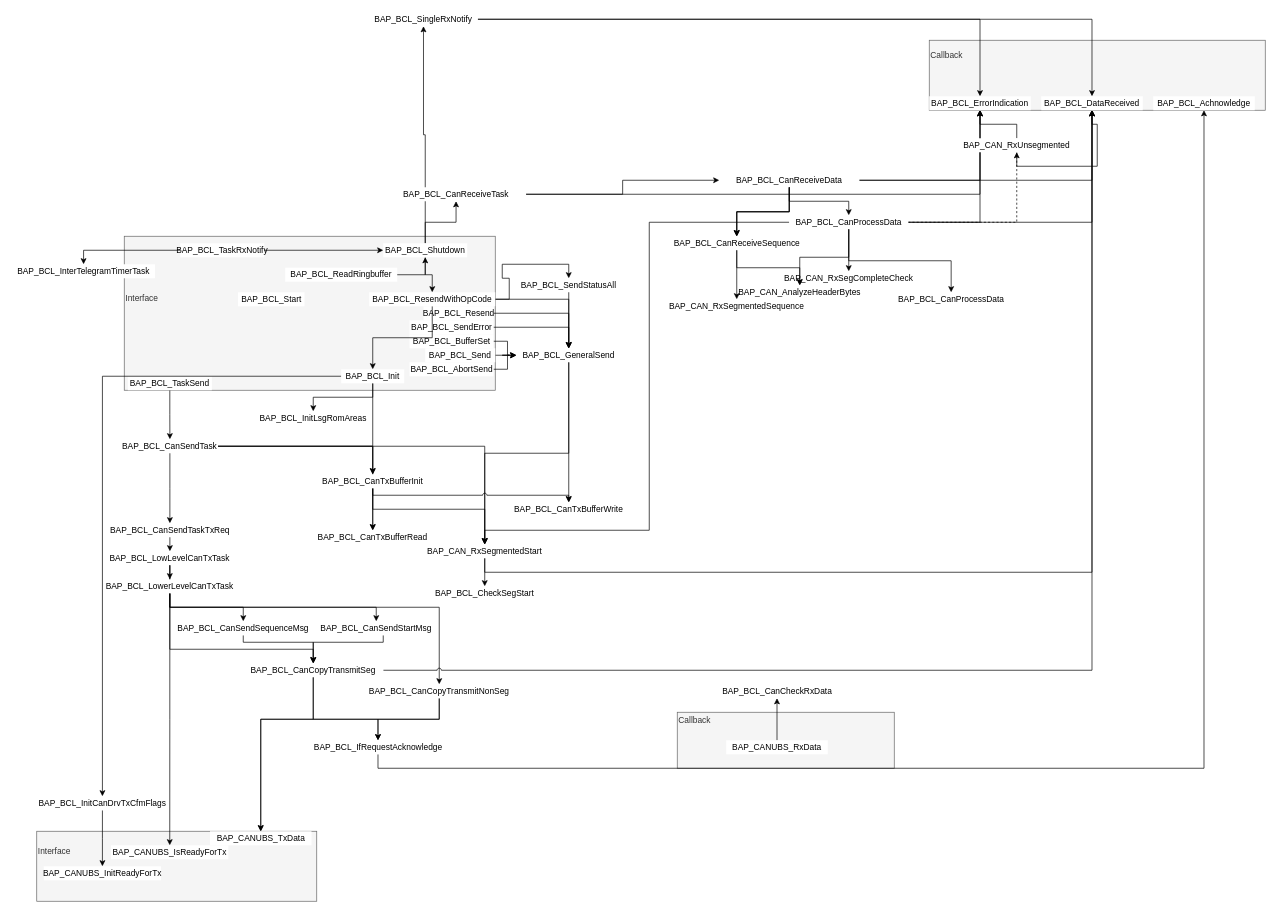
This is Untitled Diagram.drawio from danielroehrborn/flow-design-cheatsheet, a draw.io file, before an edit. Source tidied: cells renumbered, new cells numbered last; positions are measured from the earlier drawing's top-left corner, leaving out a move shared by most shapes. Both pictures are drawn from the tidied source at 70%, with x=0, y=0 at pixel (12, 12).
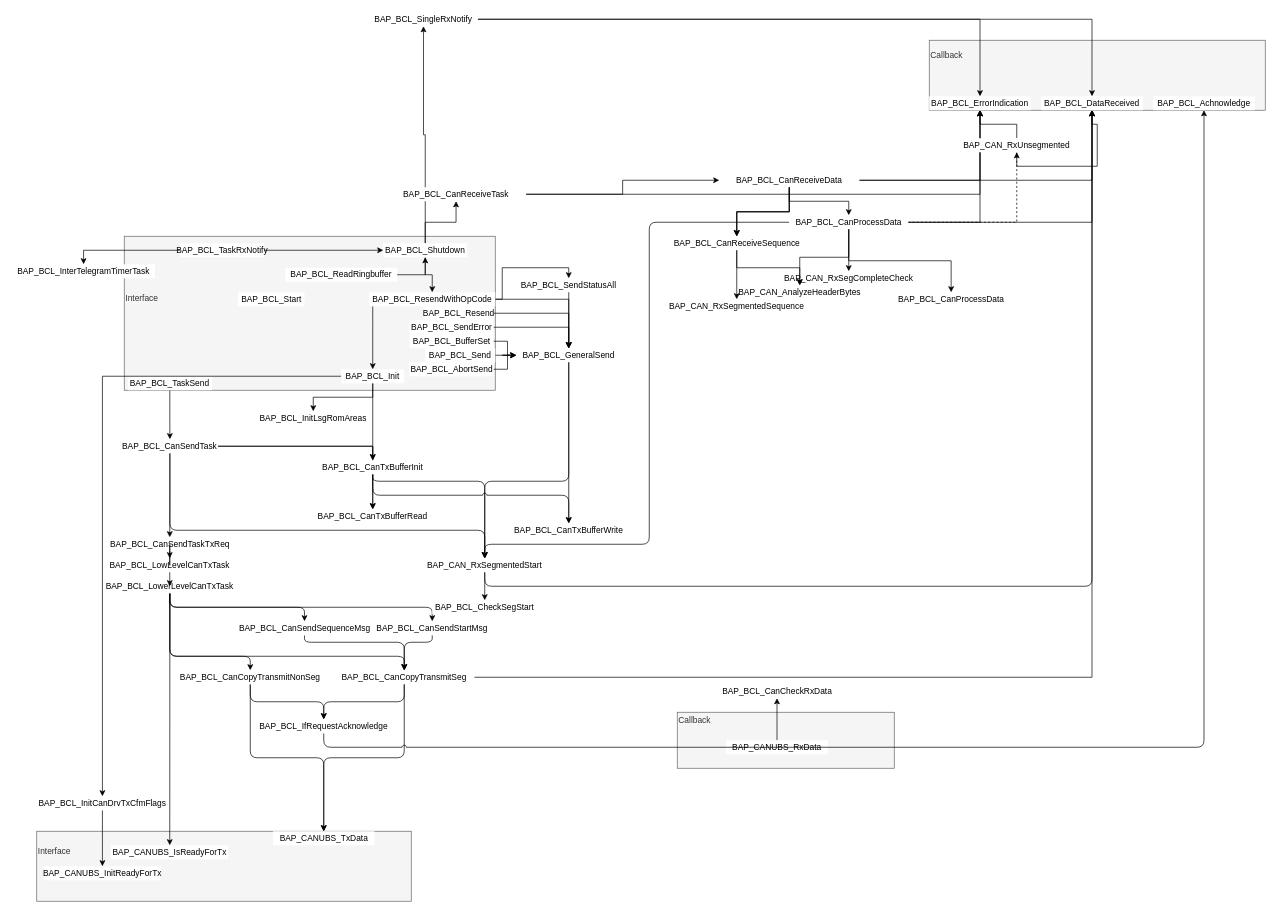
The same page after the edit.

Unchanged cells that the change refers to:
```xml
<mxCell id="6" value="BAP_BCL_DataReceived" style="rounded=0;whiteSpace=wrap;html=1;strokeColor=none;" parent="3" vertex="1">
  <mxGeometry x="160" y="80" width="145" height="20" as="geometry" />
</mxCell>
<mxCell id="7" value="BAP_BCL_Achnowledge" style="rounded=0;whiteSpace=wrap;html=1;strokeColor=none;" parent="3" vertex="1">
  <mxGeometry x="320" y="80" width="145" height="20" as="geometry" />
</mxCell>
<mxCell id="29" value="BAP_BCL_Init" style="rounded=0;whiteSpace=wrap;html=1;strokeColor=none;" parent="1" vertex="1">
  <mxGeometry x="470" y="510" width="90" height="20" as="geometry" />
</mxCell>
<mxCell id="67" value="BAP_BCL_ResendWithOpCode" style="rounded=0;whiteSpace=wrap;html=1;strokeColor=none;" parent="1" vertex="1">
  <mxGeometry x="510" y="400" width="180" height="20" as="geometry" />
</mxCell>
<mxCell id="71" value="BAP_BCL_GeneralSend" style="rounded=0;whiteSpace=wrap;html=1;strokeColor=none;" parent="1" vertex="1">
  <mxGeometry x="720" y="480" width="150" height="20" as="geometry" />
</mxCell>
<mxCell id="72" value="BAP_BCL_SendStatusAll" style="rounded=0;whiteSpace=wrap;html=1;strokeColor=none;" parent="1" vertex="1">
  <mxGeometry x="720" y="380" width="150" height="20" as="geometry" />
</mxCell>
<mxCell id="88" value="BAP_BCL_CanProcessData" style="rounded=0;whiteSpace=wrap;html=1;strokeColor=none;" parent="1" vertex="1">
  <mxGeometry x="1110" y="290" width="170" height="20" as="geometry" />
</mxCell>
<mxCell id="106" value="BAP_BCL_CanSendTask" style="rounded=0;whiteSpace=wrap;html=1;strokeColor=none;" parent="1" vertex="1">
  <mxGeometry x="156.4" y="610" width="137.5" height="20" as="geometry" />
</mxCell>
<mxCell id="109" value="BAP_BCL_LowerLevelCanTxTask" style="rounded=0;whiteSpace=wrap;html=1;strokeColor=none;" parent="1" vertex="1">
  <mxGeometry x="138.2" y="810" width="173.8" height="20" as="geometry" />
</mxCell>
```

The edit, as a diff of the source:
```diff
@@
     <mxCell id="2" value="Interface&lt;br&gt;&lt;br&gt;&lt;br&gt;&lt;br&gt;" style="rounded=0;whiteSpace=wrap;html=1;align=left;fillColor=#f5f5f5;strokeColor=#666666;fontColor=#333333;" parent="1" vertex="1">
-      <mxGeometry x="35" y="1170" width="400" height="100" as="geometry" />
+      <mxGeometry x="35" y="1170" width="535" height="100" as="geometry" />
     </mxCell>
@@
     <mxCell id="25" style="edgeStyle=orthogonalEdgeStyle;rounded=0;jettySize=auto;html=1;entryX=0.5;entryY=0;entryDx=0;entryDy=0;" parent="1" edge="1" source="67" target="72">
-      <mxGeometry relative="1" as="geometry" />
+      <mxGeometry relative="1" as="geometry">
+        <Array as="points">
+          <mxPoint x="700" y="410" />
+          <mxPoint x="700" y="365" />
+          <mxPoint x="795" y="365" />
+        </Array>
+      </mxGeometry>
     </mxCell>
@@
     <mxCell id="31" style="edgeStyle=orthogonalEdgeStyle;rounded=0;jettySize=auto;html=1;entryX=0.5;entryY=0;entryDx=0;entryDy=0;" parent="1" edge="1" source="67" target="29">
-      <mxGeometry relative="1" as="geometry" />
+      <mxGeometry relative="1" as="geometry">
+        <Array as="points">
+          <mxPoint x="515" y="450" />
+          <mxPoint x="515" y="450" />
+        </Array>
+      </mxGeometry>
     </mxCell>
@@
-    <mxCell id="38" style="edgeStyle=orthogonalEdgeStyle;rounded=0;jettySize=auto;html=1;entryX=0.5;entryY=0;entryDx=0;entryDy=0;" parent="1" edge="1" source="109" target="113">
-      <mxGeometry relative="1" as="geometry" />
+    <mxCell id="38" style="edgeStyle=orthogonalEdgeStyle;rounded=1;jettySize=auto;html=1;entryX=0.5;entryY=0;entryDx=0;entryDy=0;" parent="1" edge="1" source="109" target="113">
+      <mxGeometry relative="1" as="geometry">
+        <Array as="points">
+          <mxPoint x="225" y="850" />
+          <mxPoint x="418" y="850" />
+        </Array>
+      </mxGeometry>
     </mxCell>
-    <mxCell id="39" style="edgeStyle=orthogonalEdgeStyle;rounded=0;jettySize=auto;html=1;entryX=0.5;entryY=0;entryDx=0;entryDy=0;exitX=0.5;exitY=1;exitDx=0;exitDy=0;" parent="1" edge="1" source="109" target="115">
+    <mxCell id="39" style="edgeStyle=orthogonalEdgeStyle;rounded=1;jettySize=auto;html=1;entryX=0.5;entryY=0;entryDx=0;entryDy=0;exitX=0.5;exitY=1;exitDx=0;exitDy=0;" parent="1" edge="1" source="109" target="115">
       <mxGeometry relative="1" as="geometry" />
     </mxCell>
-    <mxCell id="40" style="edgeStyle=orthogonalEdgeStyle;rounded=0;jettySize=auto;html=1;entryX=0.5;entryY=0;entryDx=0;entryDy=0;exitX=0.5;exitY=1;exitDx=0;exitDy=0;" parent="1" edge="1" source="109" target="119">
+    <mxCell id="40" style="edgeStyle=orthogonalEdgeStyle;rounded=1;jettySize=auto;html=1;entryX=0.5;entryY=0;entryDx=0;entryDy=0;exitX=0.5;exitY=1;exitDx=0;exitDy=0;" parent="1" edge="1" source="109" target="119">
       <mxGeometry relative="1" as="geometry">
         <Array as="points">
-          <mxPoint x="225" y="910" />
-          <mxPoint x="430" y="910" />
+          <mxPoint x="225" y="920" />
+          <mxPoint x="560" y="920" />
         </Array>
       </mxGeometry>
     </mxCell>
-    <mxCell id="41" style="edgeStyle=orthogonalEdgeStyle;rounded=0;jettySize=auto;html=1;entryX=0.5;entryY=0;entryDx=0;entryDy=0;jumpStyle=arc;" parent="1" edge="1" source="109" target="123">
+    <mxCell id="41" style="edgeStyle=orthogonalEdgeStyle;rounded=1;jettySize=auto;html=1;entryX=0.5;entryY=0;entryDx=0;entryDy=0;jumpStyle=arc;" parent="1" edge="1" source="109" target="123">
       <mxGeometry relative="1" as="geometry">
         <Array as="points">
-          <mxPoint x="225" y="850" />
-          <mxPoint x="610" y="850" />
+          <mxPoint x="225" y="920" />
+          <mxPoint x="340" y="920" />
         </Array>
       </mxGeometry>
     </mxCell>
@@
-    <mxCell id="43" style="edgeStyle=orthogonalEdgeStyle;rounded=0;jettySize=auto;html=1;entryX=0.5;entryY=0;entryDx=0;entryDy=0;exitX=0.5;exitY=1;exitDx=0;exitDy=0;" parent="1" edge="1" source="113" target="119">
+    <mxCell id="43" style="edgeStyle=orthogonalEdgeStyle;rounded=1;jettySize=auto;html=1;entryX=0.5;entryY=0;entryDx=0;entryDy=0;exitX=0.5;exitY=1;exitDx=0;exitDy=0;" parent="1" edge="1" source="113" target="119">
       <mxGeometry relative="1" as="geometry">
         <Array as="points">
-          <mxPoint x="330" y="900" />
-          <mxPoint x="430" y="900" />
+          <mxPoint x="418" y="900" />
+          <mxPoint x="560" y="900" />
         </Array>
       </mxGeometry>
     </mxCell>
-    <mxCell id="44" style="edgeStyle=orthogonalEdgeStyle;rounded=0;jettySize=auto;html=1;entryX=0.5;entryY=0;entryDx=0;entryDy=0;" parent="1" edge="1" source="119" target="116">
-      <mxGeometry relative="1" as="geometry">
-        <Array as="points">
-          <mxPoint x="430" y="1010" />
-          <mxPoint x="355" y="1010" />
-        </Array>
-      </mxGeometry>
+    <mxCell id="44" style="edgeStyle=orthogonalEdgeStyle;rounded=1;jettySize=auto;html=1;entryX=0.5;entryY=0;entryDx=0;entryDy=0;" parent="1" edge="1" source="119" target="116">
+      <mxGeometry relative="1" as="geometry" />
     </mxCell>
@@
-    <mxCell id="46" style="edgeStyle=orthogonalEdgeStyle;rounded=0;jettySize=auto;html=1;exitX=0.5;exitY=1;exitDx=0;exitDy=0;jumpStyle=arc;" parent="1" edge="1" source="123" target="116">
-      <mxGeometry relative="1" as="geometry">
-        <Array as="points">
-          <mxPoint x="610" y="1010" />
-          <mxPoint x="355" y="1010" />
-        </Array>
-      </mxGeometry>
+    <mxCell id="46" style="edgeStyle=orthogonalEdgeStyle;rounded=1;jettySize=auto;html=1;exitX=0.5;exitY=1;exitDx=0;exitDy=0;jumpStyle=arc;entryX=0.5;entryY=0;entryDx=0;entryDy=0;" parent="1" edge="1" source="123" target="116">
+      <mxGeometry relative="1" as="geometry" />
     </mxCell>
-    <mxCell id="47" style="edgeStyle=orthogonalEdgeStyle;rounded=0;jettySize=auto;html=1;entryX=0.5;entryY=1;entryDx=0;entryDy=0;exitX=0.5;exitY=1;exitDx=0;exitDy=0;jumpStyle=arc;" parent="1" edge="1" source="120" target="7">
+    <mxCell id="47" style="edgeStyle=orthogonalEdgeStyle;rounded=1;jettySize=auto;html=1;entryX=0.5;entryY=1;entryDx=0;entryDy=0;exitX=0.5;exitY=1;exitDx=0;exitDy=0;jumpStyle=arc;" parent="1" edge="1" source="120" target="7">
       <mxGeometry relative="1" as="geometry" />
     </mxCell>
@@
-    <mxCell id="55" style="edgeStyle=orthogonalEdgeStyle;rounded=0;jettySize=auto;html=1;entryX=0.5;entryY=1;entryDx=0;entryDy=0;exitX=0.5;exitY=1;exitDx=0;exitDy=0;" parent="1" edge="1" source="83" target="6">
-      <mxGeometry relative="1" as="geometry" />
+    <mxCell id="55" style="edgeStyle=orthogonalEdgeStyle;rounded=1;jettySize=auto;html=1;entryX=0.5;entryY=1;entryDx=0;entryDy=0;exitX=0.5;exitY=1;exitDx=0;exitDy=0;" parent="1" edge="1" source="83" target="6">
+      <mxGeometry relative="1" as="geometry">
+        <Array as="points">
+          <mxPoint x="675" y="820" />
+          <mxPoint x="1543" y="820" />
+        </Array>
+      </mxGeometry>
     </mxCell>
@@
-    <mxCell id="70" style="edgeStyle=orthogonalEdgeStyle;rounded=0;jettySize=auto;html=1;entryX=0.5;entryY=0;entryDx=0;entryDy=0;" parent="1" edge="1" source="71" target="83">
-      <mxGeometry relative="1" as="geometry" />
+    <mxCell id="70" style="edgeStyle=orthogonalEdgeStyle;rounded=1;jettySize=auto;html=1;entryX=0.5;entryY=0;entryDx=0;entryDy=0;" parent="1" edge="1" source="71" target="83">
+      <mxGeometry relative="1" as="geometry">
+        <Array as="points">
+          <mxPoint x="795" y="670" />
+          <mxPoint x="675" y="670" />
+        </Array>
+      </mxGeometry>
     </mxCell>
@@
     <mxCell id="73" value="BAP_BCL_CanTxBufferWrite" style="rounded=0;whiteSpace=wrap;html=1;strokeColor=none;" parent="1" vertex="1">
-      <mxGeometry x="715" y="700" width="160" height="20" as="geometry" />
+      <mxGeometry x="715" y="730" width="160" height="20" as="geometry" />
     </mxCell>
     <mxCell id="74" value="BAP_BCL_CanTxBufferRead" style="rounded=0;whiteSpace=wrap;html=1;strokeColor=none;" parent="1" vertex="1">
-      <mxGeometry x="435" y="740" width="160" height="20" as="geometry" />
+      <mxGeometry x="435" y="710" width="160" height="20" as="geometry" />
     </mxCell>
@@
-    <mxCell id="77" style="edgeStyle=orthogonalEdgeStyle;rounded=0;jettySize=auto;html=1;entryX=0.5;entryY=0;entryDx=0;entryDy=0;jumpStyle=arc;" parent="1" edge="1" source="80" target="73">
+    <mxCell id="77" style="edgeStyle=orthogonalEdgeStyle;rounded=1;jettySize=auto;html=1;entryX=0.5;entryY=0;entryDx=0;entryDy=0;jumpStyle=arc;" parent="1" edge="1" source="80" target="73">
       <mxGeometry x="1081" y="-860" as="geometry">
         <Array as="points">
           <mxPoint x="515" y="690" />
           <mxPoint x="795" y="690" />
         </Array>
       </mxGeometry>
     </mxCell>
-    <mxCell id="78" style="edgeStyle=orthogonalEdgeStyle;rounded=0;jettySize=auto;html=1;entryX=0.5;entryY=0;entryDx=0;entryDy=0;" parent="1" edge="1" source="80" target="74">
+    <mxCell id="78" style="edgeStyle=orthogonalEdgeStyle;rounded=1;jettySize=auto;html=1;entryX=0.5;entryY=0;entryDx=0;entryDy=0;" parent="1" edge="1" source="80" target="74">
       <mxGeometry x="1081" y="-860" as="geometry" />
     </mxCell>
-    <mxCell id="79" style="edgeStyle=orthogonalEdgeStyle;rounded=0;jettySize=auto;html=1;entryX=0.5;entryY=0;entryDx=0;entryDy=0;" parent="1" edge="1" source="80" target="83">
+    <mxCell id="79" style="edgeStyle=orthogonalEdgeStyle;rounded=1;jettySize=auto;html=1;entryX=0.5;entryY=0;entryDx=0;entryDy=0;" parent="1" edge="1" source="80" target="83">
       <mxGeometry relative="1" as="geometry">
         <Array as="points">
-          <mxPoint x="515" y="710" />
-          <mxPoint x="675" y="710" />
+          <mxPoint x="515" y="670" />
+          <mxPoint x="675" y="670" />
         </Array>
       </mxGeometry>
     </mxCell>
     <mxCell id="80" value="BAP_BCL_CanTxBufferInit" style="rounded=0;whiteSpace=wrap;html=1;strokeColor=none;" parent="1" vertex="1">
-      <mxGeometry x="435" y="660" width="160" height="20" as="geometry" />
+      <mxGeometry x="435" y="640" width="160" height="20" as="geometry" />
     </mxCell>
@@
     <mxCell id="82" value="BAP_BCL_CheckSegStart" style="rounded=0;whiteSpace=wrap;html=1;strokeColor=none;" parent="1" vertex="1">
-      <mxGeometry x="600" y="820" width="150" height="20" as="geometry" />
+      <mxGeometry x="600" y="840" width="150" height="20" as="geometry" />
     </mxCell>
     <mxCell id="83" value="BAP_CAN_RxSegmentedStart" style="rounded=0;whiteSpace=wrap;html=1;strokeColor=none;" parent="1" vertex="1">
-      <mxGeometry x="580" y="760" width="190" height="20" as="geometry" />
+      <mxGeometry x="580" y="780" width="190" height="20" as="geometry" />
     </mxCell>
-    <mxCell id="84" style="edgeStyle=orthogonalEdgeStyle;rounded=0;jettySize=auto;html=1;entryX=0.5;entryY=0;entryDx=0;entryDy=0;" parent="1" edge="1" source="83" target="82">
+    <mxCell id="84" style="edgeStyle=orthogonalEdgeStyle;rounded=1;jettySize=auto;html=1;entryX=0.5;entryY=0;entryDx=0;entryDy=0;" parent="1" edge="1" source="83" target="82">
       <mxGeometry x="645" y="-1330" as="geometry" />
     </mxCell>
-    <mxCell id="85" style="edgeStyle=orthogonalEdgeStyle;rounded=0;jettySize=auto;html=1;" parent="1" edge="1" source="106" target="83">
-      <mxGeometry relative="1" as="geometry" />
+    <mxCell id="85" style="edgeStyle=orthogonalEdgeStyle;jettySize=auto;html=1;jumpStyle=arc;rounded=1;" parent="1" edge="1" source="106" target="83">
+      <mxGeometry relative="1" as="geometry">
+        <Array as="points">
+          <mxPoint x="225" y="740" />
+          <mxPoint x="675" y="740" />
+        </Array>
+      </mxGeometry>
     </mxCell>
@@
-    <mxCell id="87" style="edgeStyle=orthogonalEdgeStyle;rounded=0;jettySize=auto;html=1;entryX=0.5;entryY=0;entryDx=0;entryDy=0;jumpStyle=none;" parent="1" edge="1" source="88" target="83">
+    <mxCell id="87" style="edgeStyle=orthogonalEdgeStyle;rounded=1;jettySize=auto;html=1;entryX=0.5;entryY=0;entryDx=0;entryDy=0;jumpStyle=none;" parent="1" edge="1" source="88" target="83">
       <mxGeometry relative="1" as="geometry">
         <Array as="points">
           <mxPoint x="910" y="300" />
-          <mxPoint x="910" y="740" />
-          <mxPoint x="675" y="740" />
+          <mxPoint x="910" y="760" />
+          <mxPoint x="675" y="760" />
         </Array>
       </mxGeometry>
     </mxCell>
@@
     <mxCell id="107" value="BAP_BCL_CanSendTaskTxReq" style="rounded=0;whiteSpace=wrap;html=1;strokeColor=none;" parent="1" vertex="1">
-      <mxGeometry x="135.8" y="730" width="178.8" height="20" as="geometry" />
+      <mxGeometry x="135.6" y="750" width="178.8" height="20" as="geometry" />
     </mxCell>
     <mxCell id="108" value="BAP_BCL_LowLevelCanTxTask" style="rounded=0;whiteSpace=wrap;html=1;strokeColor=none;" parent="1" vertex="1">
-      <mxGeometry x="138.2" y="770" width="173.8" height="20" as="geometry" />
+      <mxGeometry x="138.1" y="780" width="173.8" height="20" as="geometry" />
     </mxCell>
@@
     <mxCell id="113" value="BAP_BCL_CanSendSequenceMsg" style="rounded=0;whiteSpace=wrap;html=1;strokeColor=none;" parent="1" vertex="1">
-      <mxGeometry x="230" y="870" width="200" height="20" as="geometry" />
+      <mxGeometry x="317.5" y="870" width="200" height="20" as="geometry" />
     </mxCell>
-    <mxCell id="114" style="edgeStyle=orthogonalEdgeStyle;rounded=0;jettySize=auto;html=1;" parent="1" edge="1" source="115" target="119">
+    <mxCell id="114" style="edgeStyle=orthogonalEdgeStyle;rounded=1;jettySize=auto;html=1;" parent="1" edge="1" source="115" target="119">
       <mxGeometry relative="1" as="geometry">
         <Array as="points">
-          <mxPoint x="530" y="900" />
-          <mxPoint x="430" y="900" />
+          <mxPoint x="600" y="900" />
+          <mxPoint x="560" y="900" />
         </Array>
       </mxGeometry>
     </mxCell>
     <mxCell id="115" value="BAP_BCL_CanSendStartMsg" style="rounded=0;whiteSpace=wrap;html=1;strokeColor=none;" parent="1" vertex="1">
-      <mxGeometry x="440" y="870" width="160" height="20" as="geometry" />
+      <mxGeometry x="520" y="870" width="160" height="20" as="geometry" />
     </mxCell>
     <mxCell id="116" value="BAP_CANUBS_TxData" style="rounded=0;whiteSpace=wrap;html=1;strokeColor=none;" parent="1" vertex="1">
-      <mxGeometry x="282.5" y="1170" width="145" height="20" as="geometry" />
+      <mxGeometry x="372.5" y="1170" width="145" height="20" as="geometry" />
     </mxCell>
@@
     <mxCell id="119" value="BAP_BCL_CanCopyTransmitSeg" style="rounded=0;whiteSpace=wrap;html=1;strokeColor=none;" parent="1" vertex="1">
-      <mxGeometry x="330" y="930" width="200" height="20" as="geometry" />
+      <mxGeometry x="460" y="940" width="200" height="20" as="geometry" />
     </mxCell>
     <mxCell id="120" value="BAP_BCL_IfRequestAcknowledge" style="rounded=0;whiteSpace=wrap;html=1;strokeColor=none;" parent="1" vertex="1">
-      <mxGeometry x="427.5" y="1040" width="190" height="20" as="geometry" />
+      <mxGeometry x="350" y="1010" width="190" height="20" as="geometry" />
     </mxCell>
-    <mxCell id="121" style="edgeStyle=orthogonalEdgeStyle;rounded=0;jettySize=auto;html=1;entryX=0.5;entryY=0;entryDx=0;entryDy=0;jumpStyle=arc;" parent="1" edge="1" source="119" target="120">
-      <mxGeometry y="-450" as="geometry">
-        <Array as="points">
-          <mxPoint x="430" y="1010" />
-          <mxPoint x="523" y="1010" />
-        </Array>
-      </mxGeometry>
+    <mxCell id="121" style="edgeStyle=orthogonalEdgeStyle;rounded=1;jettySize=auto;html=1;entryX=0.5;entryY=0;entryDx=0;entryDy=0;jumpStyle=none;" parent="1" edge="1" source="119" target="120">
+      <mxGeometry y="-450" as="geometry" />
     </mxCell>
-    <mxCell id="122" style="edgeStyle=orthogonalEdgeStyle;rounded=0;jettySize=auto;html=1;entryX=0.5;entryY=0;entryDx=0;entryDy=0;exitX=0.5;exitY=1;exitDx=0;exitDy=0;jumpStyle=arc;" parent="1" edge="1" source="123" target="120">
-      <mxGeometry y="-450" as="geometry">
-        <Array as="points">
-          <mxPoint x="610" y="1010" />
-          <mxPoint x="523" y="1010" />
-        </Array>
-      </mxGeometry>
+    <mxCell id="122" style="edgeStyle=orthogonalEdgeStyle;rounded=1;jettySize=auto;html=1;entryX=0.5;entryY=0;entryDx=0;entryDy=0;exitX=0.5;exitY=1;exitDx=0;exitDy=0;jumpStyle=none;" parent="1" edge="1" source="123" target="120">
+      <mxGeometry y="-450" as="geometry" />
     </mxCell>
     <mxCell id="123" value="BAP_BCL_CanCopyTransmitNonSeg" style="rounded=0;whiteSpace=wrap;html=1;strokeColor=none;" parent="1" vertex="1">
-      <mxGeometry x="510" y="960" width="200" height="20" as="geometry" />
+      <mxGeometry x="240" y="940" width="200" height="20" as="geometry" />
     </mxCell>
```
